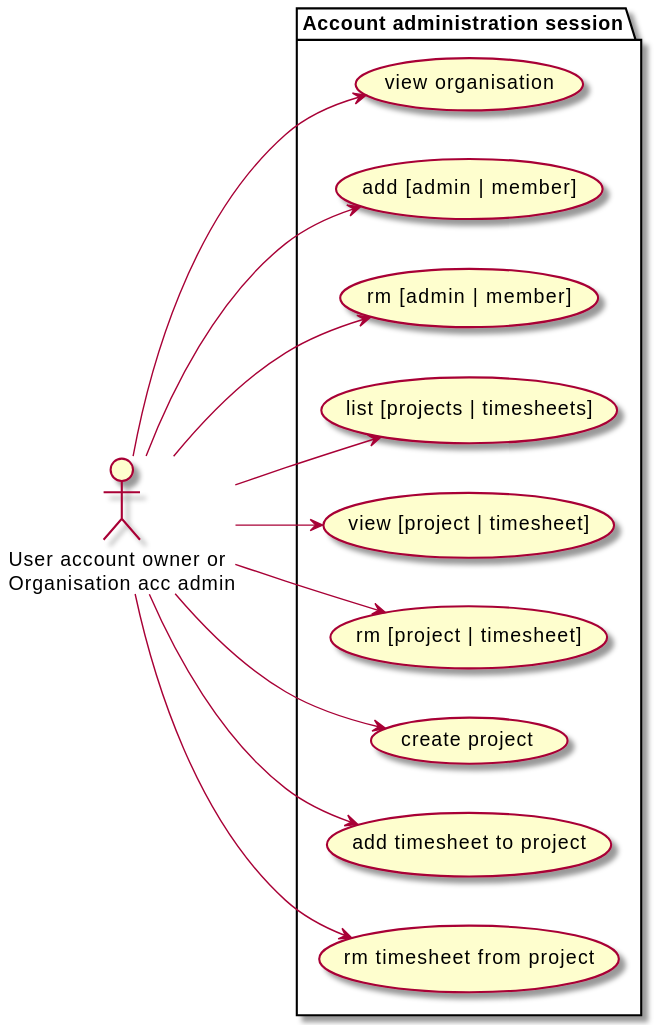
The PlantUML diagram architecture/use-case/img/administration.use-case.svg in m-ld/timeld, before a commit.
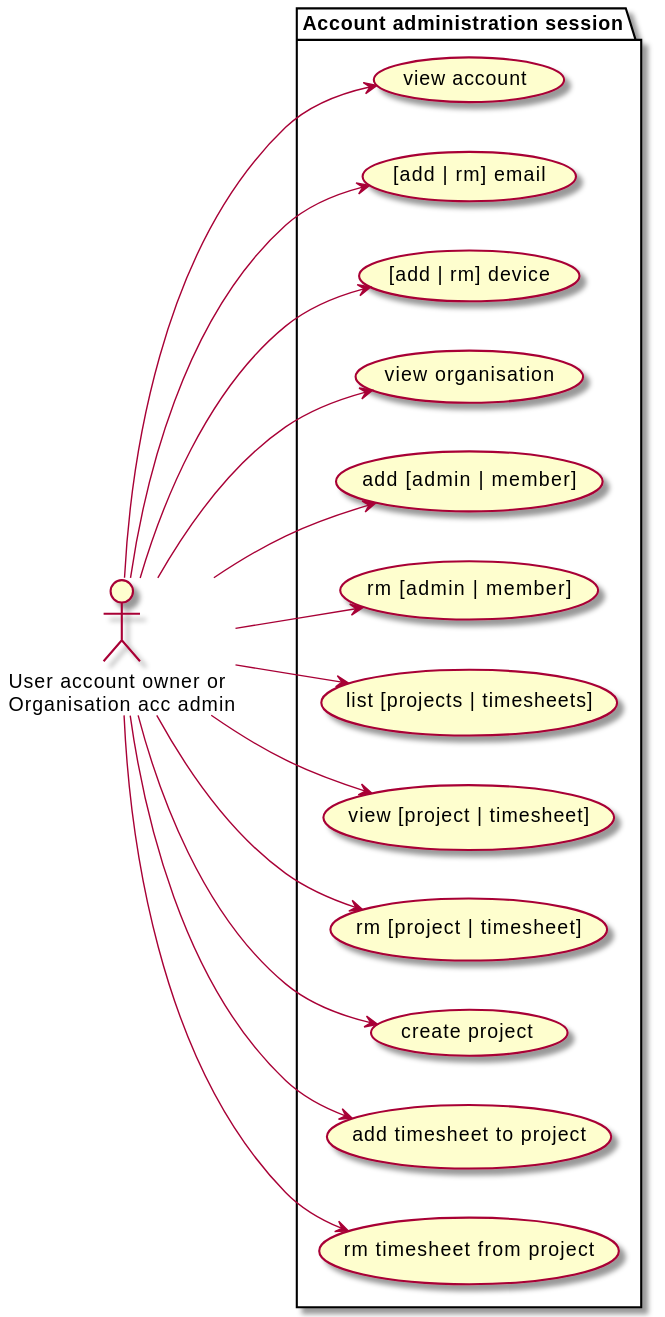
Later version of the same file.

Change to the diagram source:
```diff
@@ -3,6 +3,9 @@
 
 actor "User account owner or\nOrganisation acc admin" as user
 package "Account administration session" {
+  user --> (view account)
+  user --> ([add | rm] email)
+  user --> ([add | rm] device)
   user --> (view organisation)
   user --> (add [admin | member])
   user --> (rm [admin | member])
```
